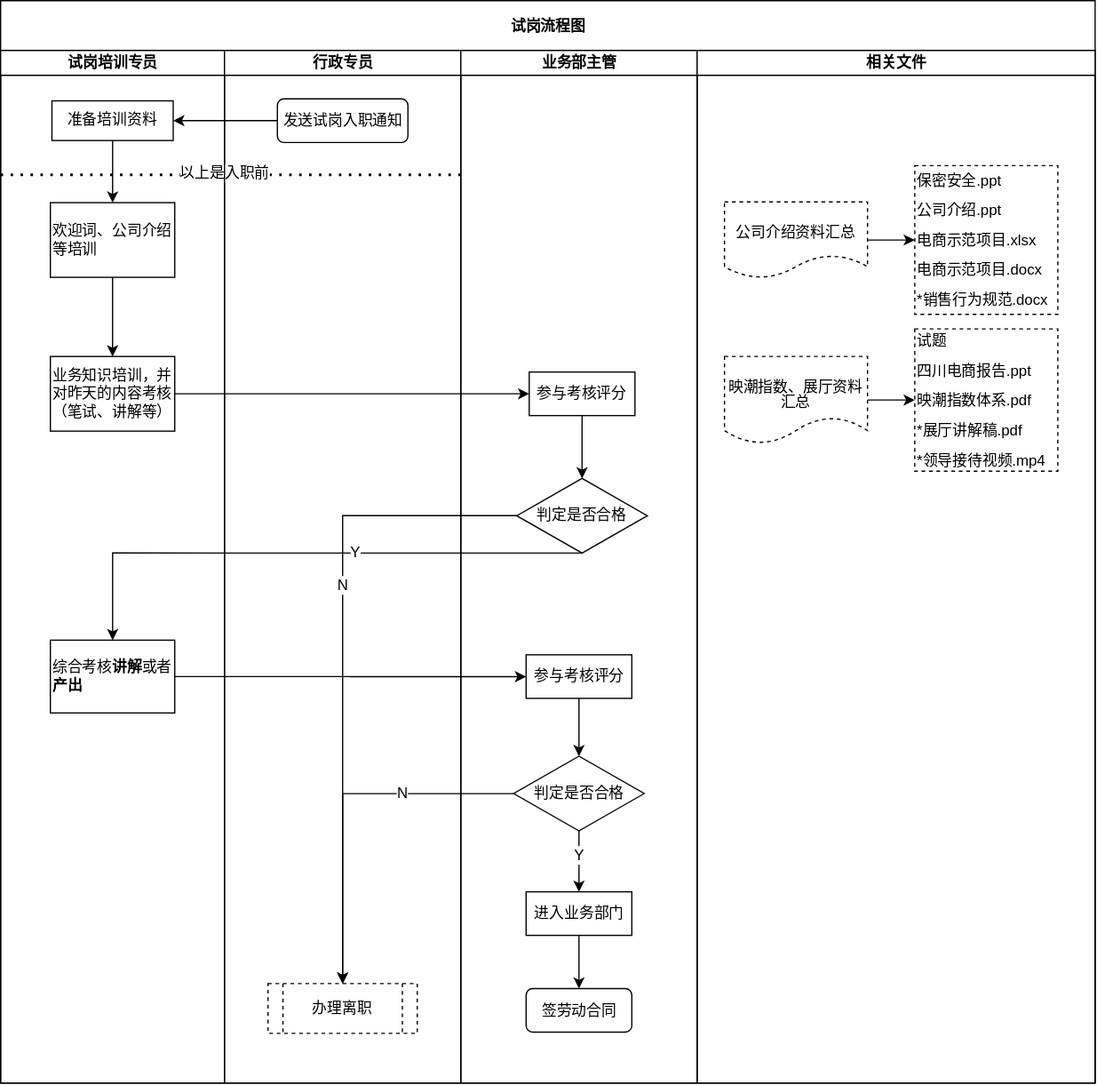
The draw.io diagram 试岗流程图.svg in imgwho/practice, before a commit. Source tidied: cells renumbered, new cells last; positions are measured from the earlier drawing's top-left corner, leaving out a move shared by most shapes.
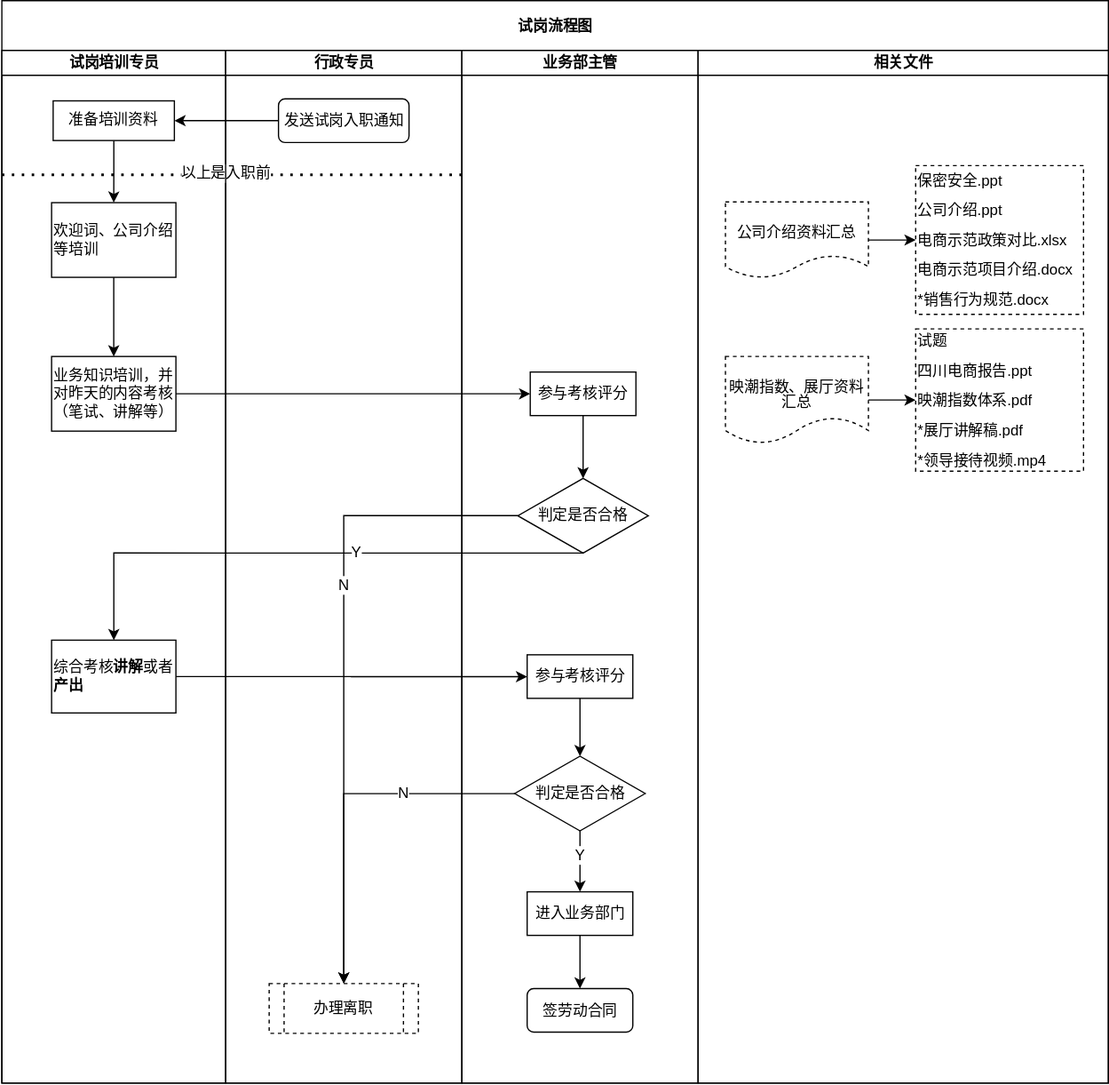
After the commit.

Commit message:
更新试岗流程图.svg

What changed in the source:
```diff
@@ -3,7 +3,7 @@
     <mxCell id="0" />
     <mxCell id="1" parent="0" />
     <mxCell id="2" value="&lt;p style=&quot;line-height: 100%&quot;&gt;试岗流程图&lt;/p&gt;" style="swimlane;html=1;startSize=40;shadow=0;verticalAlign=middle;labelPosition=center;verticalLabelPosition=middle;align=center;" parent="1" vertex="1">
-      <mxGeometry width="880" height="870" as="geometry" />
+      <mxGeometry width="890" height="870" as="geometry" />
     </mxCell>
     <mxCell id="3" value="试岗培训专员" style="swimlane;html=1;startSize=20;" parent="2" vertex="1">
       <mxGeometry y="40" width="180" height="830" as="geometry" />
@@ -120,7 +120,7 @@
       </mxGeometry>
     </mxCell>
     <mxCell id="36" value="相关文件" style="swimlane;html=1;startSize=20;swimlaneFillColor=none;" parent="2" vertex="1">
-      <mxGeometry x="560" y="40" width="320" height="830" as="geometry" />
+      <mxGeometry x="560" y="40" width="330" height="830" as="geometry" />
     </mxCell>
     <mxCell id="37" style="edgeStyle=orthogonalEdgeStyle;rounded=0;jettySize=auto;html=1;entryX=0;entryY=0.5;entryDx=0;entryDy=0;" parent="36" edge="1" source="38" target="41">
       <mxGeometry relative="1" as="geometry" />
@@ -134,11 +134,11 @@
     <mxCell id="40" value="&lt;p style=&quot;line-height: 100%&quot;&gt;映潮指数、展厅资料汇总&lt;br&gt;&lt;/p&gt;" style="shape=document;whiteSpace=wrap;html=1;boundedLbl=1;glass=0;dashed=1;strokeColor=#000000;fillColor=#ffffff;align=center;labelPosition=center;verticalLabelPosition=middle;verticalAlign=top;spacing=2;" parent="36" vertex="1">
       <mxGeometry x="22" y="246" width="115" height="70" as="geometry" />
     </mxCell>
-    <mxCell id="41" value="&lt;p style=&quot;line-height: 12px&quot;&gt;&lt;span&gt;保密安全.ppt&lt;/span&gt;&lt;br&gt;&lt;/p&gt;&lt;p style=&quot;line-height: 12px&quot;&gt;公司介绍.ppt&lt;/p&gt;&lt;p style=&quot;line-height: 12px&quot;&gt;电商示范项目.xlsx&lt;br&gt;&lt;/p&gt;&lt;p style=&quot;line-height: 12px&quot;&gt;电商示范项目.docx&lt;/p&gt;&lt;p style=&quot;line-height: 12px&quot;&gt;*销售行为规范.docx&lt;/p&gt;" style="html=1;glass=0;dashed=1;strokeColor=#000000;fillColor=#ffffff;align=left;rounded=0;" parent="36" vertex="1">
-      <mxGeometry x="175" y="92.6" width="115" height="119.6" as="geometry" />
+    <mxCell id="41" value="&lt;p style=&quot;line-height: 12px&quot;&gt;&lt;span&gt;保密安全.ppt&lt;/span&gt;&lt;br&gt;&lt;/p&gt;&lt;p style=&quot;line-height: 12px&quot;&gt;公司介绍.ppt&lt;/p&gt;&lt;p style=&quot;line-height: 12px&quot;&gt;电商示范政策对比.xlsx&lt;br&gt;&lt;/p&gt;&lt;p style=&quot;line-height: 12px&quot;&gt;电商示范项目介绍.docx&lt;/p&gt;&lt;p style=&quot;line-height: 12px&quot;&gt;*销售行为规范.docx&lt;/p&gt;" style="html=1;glass=0;dashed=1;strokeColor=#000000;fillColor=#ffffff;align=left;rounded=0;" parent="36" vertex="1">
+      <mxGeometry x="175" y="92.6" width="135" height="119.6" as="geometry" />
     </mxCell>
     <mxCell id="42" value="&lt;p style=&quot;line-height: 12px&quot;&gt;试题&lt;/p&gt;&lt;p style=&quot;line-height: 12px&quot;&gt;四川电商报告.ppt&lt;/p&gt;&lt;p style=&quot;line-height: 12px&quot;&gt;映潮指数体系.pdf&lt;/p&gt;&lt;p style=&quot;line-height: 12px&quot;&gt;*展厅讲解稿.pdf&lt;br&gt;&lt;/p&gt;&lt;p style=&quot;line-height: 12px&quot;&gt;*领导接待视频.mp4&lt;/p&gt;" style="html=1;glass=0;dashed=1;strokeColor=#000000;fillColor=#ffffff;align=left;rounded=0;" parent="36" vertex="1">
-      <mxGeometry x="175" y="223.8" width="115" height="114.4" as="geometry" />
+      <mxGeometry x="175" y="223.8" width="135" height="114.4" as="geometry" />
     </mxCell>
   </root>
 </mxGraphModel>
```
